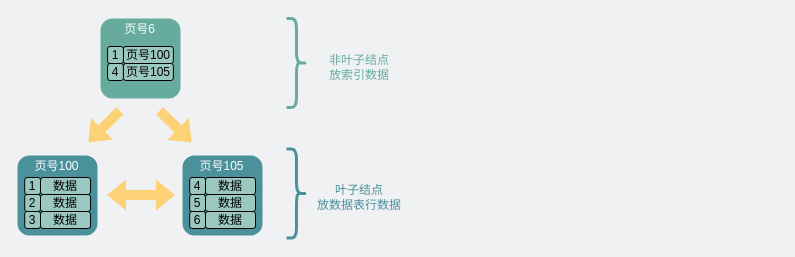
The draw.io diagram network/叶子和非叶子都未满.drawio in xiaobaiTech/image, before the edit. Source tidied: cells renumbered, new cells numbered last; positions are measured from the earlier drawing's top-left corner, leaving out a move shared by most shapes. Both pictures are drawn from the tidied source at 100%, with x=0, y=0 at pixel (17, 18).
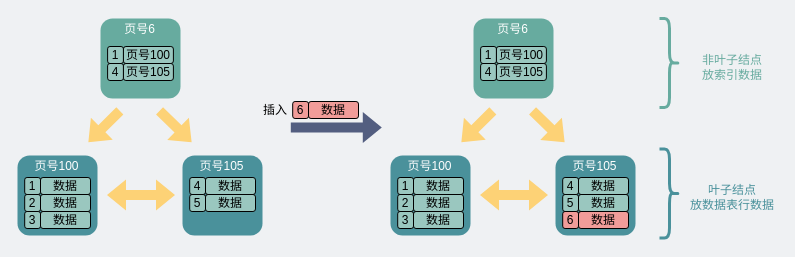
After the change.

Commit message:
Update 叶子和非叶子都未满.drawio

Diff of the diagram source:
```diff
@@
-    <mxCell id="19" value="数据" style="rounded=1;whiteSpace=wrap;html=1;fillColor=#9AC7BF;strokeColor=default;fontColor=#000000;align=center;" parent="1" vertex="1">
-      <mxGeometry x="188" y="193" width="50" height="17" as="geometry" />
-    </mxCell>
-    <mxCell id="20" value="&lt;font&gt;6&lt;/font&gt;" style="rounded=1;whiteSpace=wrap;html=1;fillColor=#9AC7BF;strokeColor=default;fontColor=#000000;" parent="1" vertex="1">
-      <mxGeometry x="172.2" y="193" width="15.8" height="17" as="geometry" />
-    </mxCell>
@@
-    <mxCell id="27" style="shape=curlyBracket;whiteSpace=wrap;html=1;rounded=1;flipH=1;fontColor=#000000;fillColor=none;fontSize=5;strokeWidth=3;strokeColor=#4A919B;" parent="1" vertex="1">
-      <mxGeometry x="269" y="130.5" width="20" height="89" as="geometry" />
-    </mxCell>
+    <mxCell id="31" style="shape=flexArrow;endArrow=classic;startArrow=classic;html=1;rounded=0;fontSize=16;fontColor=#000000;strokeColor=none;fillColor=#FDD276;" parent="1" edge="1">
+      <mxGeometry relative="1" as="geometry">
+        <mxPoint x="462" y="176.5" as="sourcePoint" />
+        <mxPoint x="531" y="176.5" as="targetPoint" />
+      </mxGeometry>
+    </mxCell>
+    <mxCell id="32" value="&lt;font color=&quot;#ffffff&quot;&gt;&lt;span style=&quot;font-size: 16px&quot;&gt;&lt;br&gt;&lt;/span&gt;&lt;/font&gt;" style="whiteSpace=wrap;html=1;rounded=1;strokeColor=none;fillColor=#4A919B;" parent="1" vertex="1">
+      <mxGeometry x="373" y="137" width="80" height="80" as="geometry" />
+    </mxCell>
+    <mxCell id="33" value="数据" style="rounded=1;whiteSpace=wrap;html=1;fillColor=#9AC7BF;strokeColor=default;fontColor=#000000;align=center;" parent="1" vertex="1">
+      <mxGeometry x="396" y="159" width="50" height="17" as="geometry" />
+    </mxCell>
+    <mxCell id="34" value="&lt;font color=&quot;#ffffff&quot;&gt;页号100&lt;/font&gt;" style="text;html=1;strokeColor=none;fillColor=none;align=center;verticalAlign=middle;whiteSpace=wrap;rounded=0;dashed=1;fontColor=#535E80;" parent="1" vertex="1">
+      <mxGeometry x="385" y="137" width="55" height="22" as="geometry" />
+    </mxCell>
+    <mxCell id="35" style="shape=flexArrow;endArrow=classic;html=1;rounded=0;fontColor=#FFFFFF;strokeColor=none;fillColor=#FDD276;" parent="1" edge="1">
+      <mxGeometry relative="1" as="geometry">
+        <mxPoint x="475.7" y="92" as="sourcePoint" />
+        <mxPoint x="443.5" y="124" as="targetPoint" />
+      </mxGeometry>
+    </mxCell>
+    <mxCell id="36" style="shape=flexArrow;endArrow=classic;html=1;rounded=0;fontColor=#FFFFFF;strokeColor=none;fillColor=#FDD276;" parent="1" edge="1">
+      <mxGeometry relative="1" as="geometry">
+        <mxPoint x="514.7" y="92" as="sourcePoint" />
+        <mxPoint x="547.5" y="124" as="targetPoint" />
+      </mxGeometry>
+    </mxCell>
+    <mxCell id="37" value="&lt;font&gt;1&lt;/font&gt;" style="rounded=1;whiteSpace=wrap;html=1;fillColor=#9AC7BF;strokeColor=default;fontColor=#000000;" parent="1" vertex="1">
+      <mxGeometry x="380.2" y="159" width="15.8" height="17" as="geometry" />
+    </mxCell>
+    <mxCell id="38" value="数据" style="rounded=1;whiteSpace=wrap;html=1;fillColor=#9AC7BF;strokeColor=default;fontColor=#000000;align=center;" parent="1" vertex="1">
+      <mxGeometry x="396" y="176" width="50" height="17" as="geometry" />
+    </mxCell>
+    <mxCell id="39" value="&lt;font&gt;2&lt;/font&gt;" style="rounded=1;whiteSpace=wrap;html=1;fillColor=#9AC7BF;strokeColor=default;fontColor=#000000;" parent="1" vertex="1">
+      <mxGeometry x="380.2" y="176" width="15.8" height="17" as="geometry" />
+    </mxCell>
+    <mxCell id="40" value="数据" style="rounded=1;whiteSpace=wrap;html=1;fillColor=#9AC7BF;strokeColor=default;fontColor=#000000;align=center;" parent="1" vertex="1">
+      <mxGeometry x="396" y="193" width="50" height="17" as="geometry" />
+    </mxCell>
+    <mxCell id="41" value="&lt;font&gt;3&lt;/font&gt;" style="rounded=1;whiteSpace=wrap;html=1;fillColor=#9AC7BF;strokeColor=default;fontColor=#000000;" parent="1" vertex="1">
+      <mxGeometry x="380.2" y="193" width="15.8" height="17" as="geometry" />
+    </mxCell>
+    <mxCell id="42" value="&lt;font color=&quot;#ffffff&quot;&gt;&lt;span style=&quot;font-size: 16px&quot;&gt;&lt;br&gt;&lt;/span&gt;&lt;/font&gt;" style="whiteSpace=wrap;html=1;rounded=1;strokeColor=none;fillColor=#4A919B;" parent="1" vertex="1">
+      <mxGeometry x="538" y="137" width="80" height="80" as="geometry" />
+    </mxCell>
+    <mxCell id="43" value="数据" style="rounded=1;whiteSpace=wrap;html=1;fillColor=#9AC7BF;strokeColor=default;fontColor=#000000;align=center;" parent="1" vertex="1">
+      <mxGeometry x="561" y="159" width="50" height="17" as="geometry" />
+    </mxCell>
+    <mxCell id="44" value="&lt;font color=&quot;#ffffff&quot;&gt;页号105&lt;/font&gt;" style="text;html=1;strokeColor=none;fillColor=none;align=center;verticalAlign=middle;whiteSpace=wrap;rounded=0;dashed=1;fontColor=#535E80;" parent="1" vertex="1">
+      <mxGeometry x="550" y="137" width="55" height="22" as="geometry" />
+    </mxCell>
+    <mxCell id="45" value="&lt;font&gt;4&lt;/font&gt;" style="rounded=1;whiteSpace=wrap;html=1;fillColor=#9AC7BF;strokeColor=default;fontColor=#000000;" parent="1" vertex="1">
+      <mxGeometry x="545.2" y="159" width="15.8" height="17" as="geometry" />
+    </mxCell>
+    <mxCell id="46" value="数据" style="rounded=1;whiteSpace=wrap;html=1;fillColor=#9AC7BF;strokeColor=default;fontColor=#000000;align=center;" parent="1" vertex="1">
+      <mxGeometry x="561" y="176" width="50" height="17" as="geometry" />
+    </mxCell>
+    <mxCell id="47" value="&lt;font&gt;5&lt;/font&gt;" style="rounded=1;whiteSpace=wrap;html=1;fillColor=#9AC7BF;strokeColor=default;fontColor=#000000;" parent="1" vertex="1">
+      <mxGeometry x="545.2" y="176" width="15.8" height="17" as="geometry" />
+    </mxCell>
+    <mxCell id="48" value="数据" style="rounded=1;whiteSpace=wrap;html=1;fillColor=#F19C99;strokeColor=default;fontColor=#000000;align=center;" parent="1" vertex="1">
+      <mxGeometry x="561" y="193" width="50" height="17" as="geometry" />
+    </mxCell>
+    <mxCell id="49" value="&lt;font&gt;6&lt;/font&gt;" style="rounded=1;whiteSpace=wrap;html=1;fillColor=#F19C99;strokeColor=default;fontColor=#000000;" parent="1" vertex="1">
+      <mxGeometry x="545.2" y="193" width="15.8" height="17" as="geometry" />
+    </mxCell>
+    <mxCell id="50" value="&lt;font color=&quot;#ffffff&quot;&gt;&lt;span style=&quot;font-size: 16px&quot;&gt;&lt;br&gt;&lt;/span&gt;&lt;/font&gt;" style="whiteSpace=wrap;html=1;rounded=1;strokeColor=none;fillColor=#67AB9F;" parent="1" vertex="1">
+      <mxGeometry x="456" width="80" height="80" as="geometry" />
+    </mxCell>
+    <mxCell id="51" value="页号100" style="rounded=1;whiteSpace=wrap;html=1;fillColor=#9AC7BF;strokeColor=default;fontColor=#000000;align=center;" parent="1" vertex="1">
+      <mxGeometry x="478.9" y="28" width="50" height="17" as="geometry" />
+    </mxCell>
+    <mxCell id="52" value="&lt;font color=&quot;#ffffff&quot;&gt;页号6&lt;/font&gt;" style="text;html=1;strokeColor=none;fillColor=none;align=center;verticalAlign=middle;whiteSpace=wrap;rounded=0;dashed=1;fontColor=#535E80;" parent="1" vertex="1">
+      <mxGeometry x="468" width="55" height="22" as="geometry" />
+    </mxCell>
+    <mxCell id="53" value="&lt;font&gt;1&lt;/font&gt;" style="rounded=1;whiteSpace=wrap;html=1;fillColor=#9AC7BF;strokeColor=default;fontColor=#000000;" parent="1" vertex="1">
+      <mxGeometry x="463.1" y="28" width="15.8" height="17" as="geometry" />
+    </mxCell>
+    <mxCell id="54" value="页号105" style="rounded=1;whiteSpace=wrap;html=1;fillColor=#9AC7BF;strokeColor=default;fontColor=#000000;align=center;" parent="1" vertex="1">
+      <mxGeometry x="478.9" y="45" width="50" height="17" as="geometry" />
+    </mxCell>
+    <mxCell id="55" value="&lt;font&gt;4&lt;/font&gt;" style="rounded=1;whiteSpace=wrap;html=1;fillColor=#9AC7BF;strokeColor=default;fontColor=#000000;" parent="1" vertex="1">
+      <mxGeometry x="463.1" y="45" width="15.8" height="17" as="geometry" />
+    </mxCell>
+    <mxCell id="56" style="shape=curlyBracket;whiteSpace=wrap;html=1;rounded=1;flipH=1;fontColor=#000000;fillColor=none;fontSize=5;strokeWidth=3;strokeColor=#4A919B;" parent="1" vertex="1">
+      <mxGeometry x="642" y="130.5" width="20" height="89" as="geometry" />
+    </mxCell>
     <mxCell id="28" value="叶子结点&lt;br&gt;放数据表行数据" style="text;html=1;strokeColor=none;fillColor=none;align=center;verticalAlign=middle;whiteSpace=wrap;rounded=0;fontColor=#4A919B;" parent="1" vertex="1">
-      <mxGeometry x="295.5" y="157" width="92" height="44" as="geometry" />
+      <mxGeometry x="668.5" y="157" width="92" height="44" as="geometry" />
     </mxCell>
-    <mxCell id="29" style="shape=curlyBracket;whiteSpace=wrap;html=1;rounded=1;flipH=1;fontColor=#000000;fillColor=none;fontSize=5;strokeWidth=3;strokeColor=#67AB9F;" parent="1" vertex="1">
-      <mxGeometry x="269" width="20" height="89" as="geometry" />
-    </mxCell>
+    <mxCell id="57" style="shape=curlyBracket;whiteSpace=wrap;html=1;rounded=1;flipH=1;fontColor=#000000;fillColor=none;fontSize=5;strokeWidth=3;strokeColor=#67AB9F;" parent="1" vertex="1">
+      <mxGeometry x="642" width="20" height="89" as="geometry" />
+    </mxCell>
     <mxCell id="30" value="&lt;span style=&quot;color: rgb(103 , 171 , 159)&quot;&gt;非叶子结点&lt;/span&gt;&lt;br style=&quot;color: rgb(103 , 171 , 159)&quot;&gt;&lt;span style=&quot;color: rgb(103 , 171 , 159)&quot;&gt;放索引数据&lt;/span&gt;" style="text;html=1;strokeColor=none;fillColor=none;align=center;verticalAlign=middle;whiteSpace=wrap;rounded=0;fontColor=#4A919B;" parent="1" vertex="1">
-      <mxGeometry x="295.5" y="26.5" width="92" height="44" as="geometry" />
+      <mxGeometry x="668.5" y="26.5" width="92" height="44" as="geometry" />
     </mxCell>
+    <mxCell id="58" style="shape=flexArrow;endArrow=classic;startArrow=none;html=1;rounded=0;fontSize=16;fontColor=#000000;strokeColor=none;fillColor=#535E80;startFill=0;" parent="1" edge="1">
+      <mxGeometry relative="1" as="geometry">
+        <mxPoint x="272.8" y="109" as="sourcePoint" />
+        <mxPoint x="364.8" y="109" as="targetPoint" />
+      </mxGeometry>
+    </mxCell>
+    <mxCell id="59" value="数据" style="rounded=1;whiteSpace=wrap;html=1;fillColor=#F19C99;strokeColor=default;fontColor=#000000;align=center;" parent="1" vertex="1">
+      <mxGeometry x="291" y="83" width="50" height="17" as="geometry" />
+    </mxCell>
+    <mxCell id="60" value="&lt;font&gt;6&lt;/font&gt;" style="rounded=1;whiteSpace=wrap;html=1;fillColor=#F19C99;strokeColor=default;fontColor=#000000;" parent="1" vertex="1">
+      <mxGeometry x="275.2" y="83" width="15.8" height="17" as="geometry" />
+    </mxCell>
+    <mxCell id="61" value="插入" style="text;html=1;strokeColor=none;fillColor=none;align=center;verticalAlign=middle;whiteSpace=wrap;rounded=0;" parent="1" vertex="1">
+      <mxGeometry x="241" y="83" width="34.2" height="17" as="geometry" />
+    </mxCell>
```
